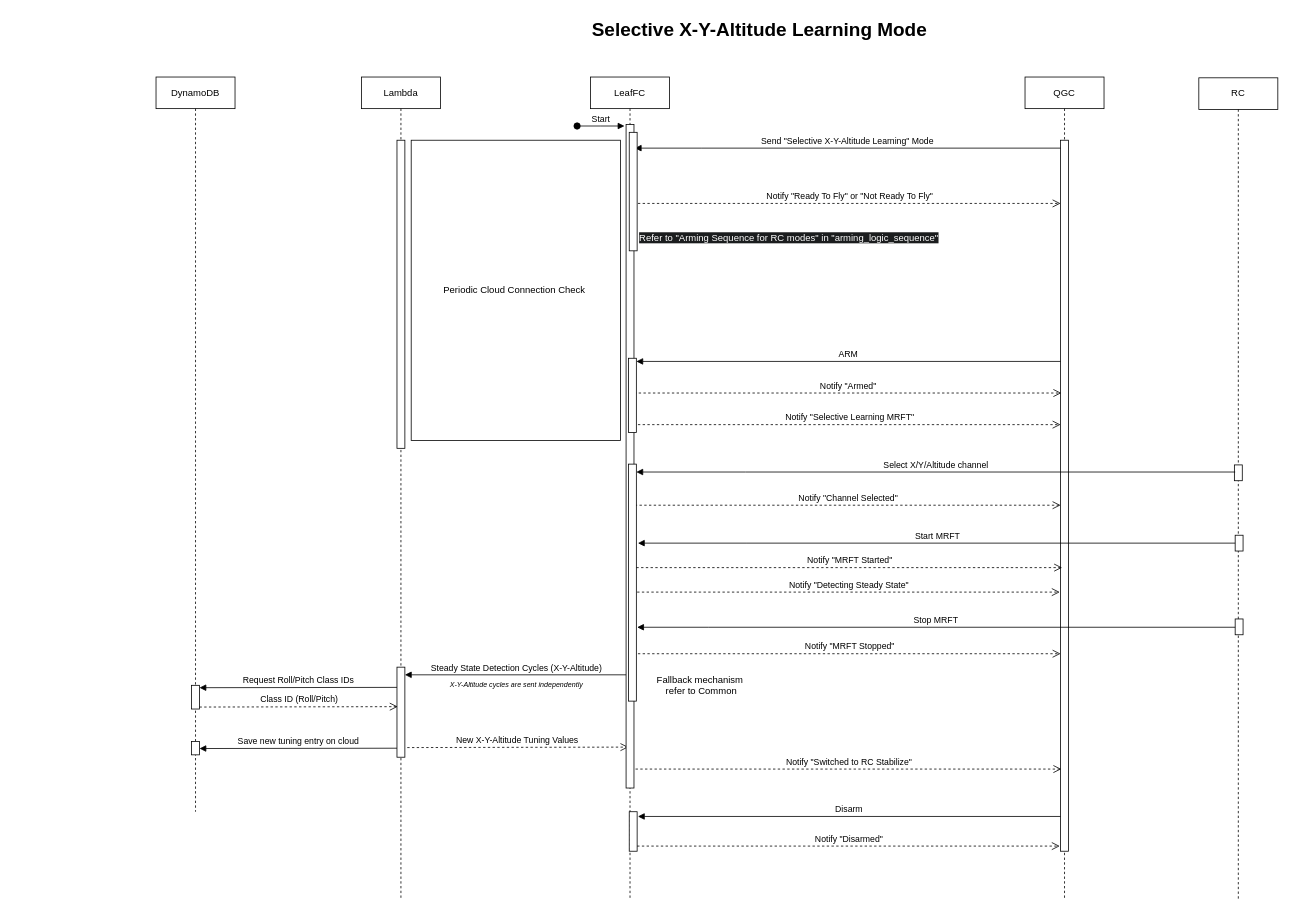
Before: Guide/HEAR Software/Flight Modes/Modes Sequence Diagrams/X-Y-Altitude selective learning mode.drawio in DroneLeaf/HEAR_wiki, a draw.io diagram. Source tidied: cells renumbered, new cells numbered last; positions are measured from the earlier drawing's top-left corner, leaving out a move shared by most shapes. Both pictures are drawn from the tidied source at 79%, with x=0, y=0 at pixel (104, 13).
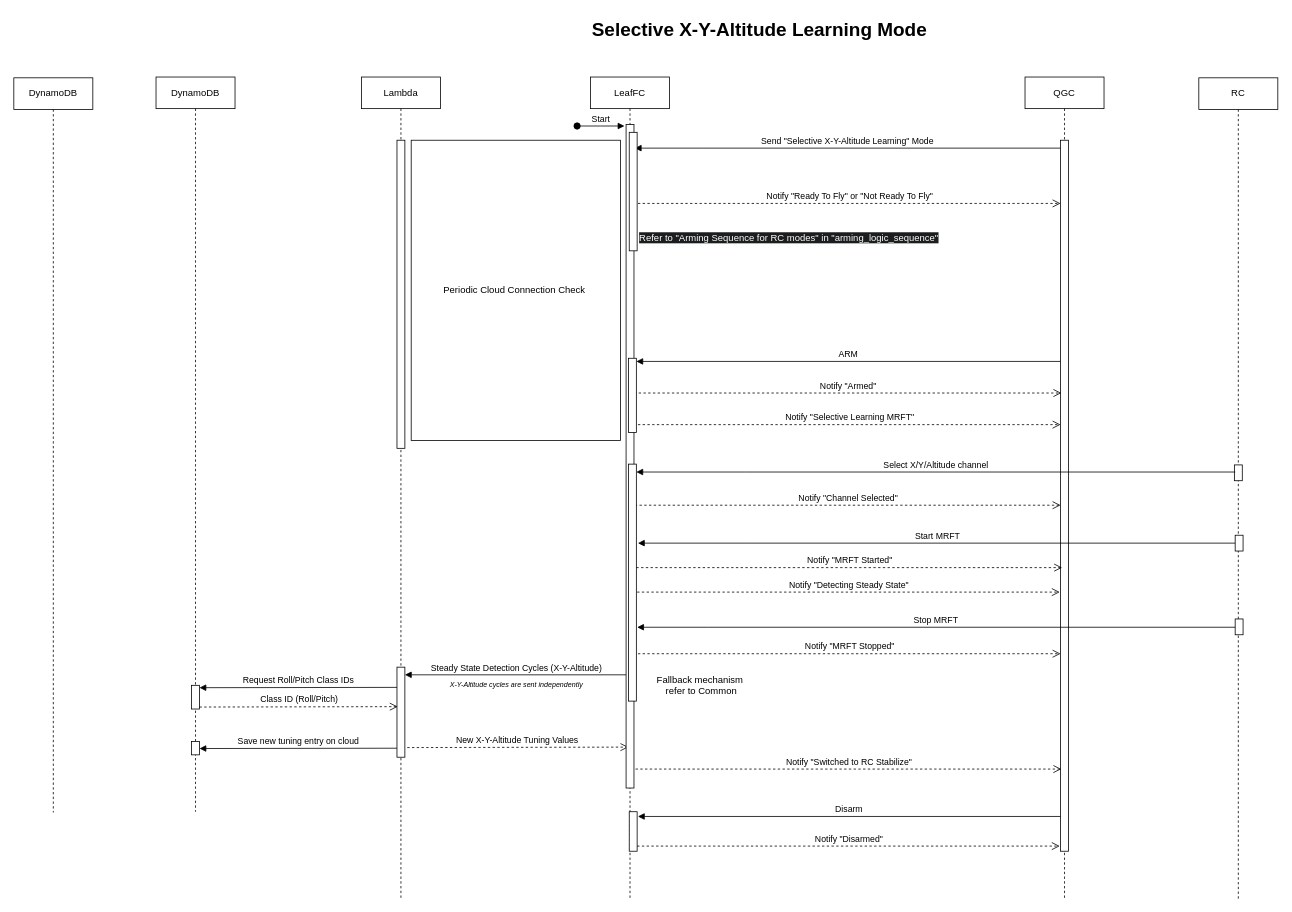
The same page after the edit.

Commit message:
Updated X-Y-Altitude selective learning mode diagram to show both localdb and clouddb PID value write

Diff of the diagram source:
```diff
@@
+    <mxCell id="46" value="&lt;div&gt;DynamoDB&lt;/div&gt;" style="shape=umlLifeline;perimeter=lifelinePerimeter;whiteSpace=wrap;html=1;newEdgeStyle={&quot;edgeStyle&quot;:&quot;elbowEdgeStyle&quot;,&quot;elbow&quot;:&quot;vertical&quot;,&quot;curved&quot;:0,&quot;rounded&quot;:0};" parent="1" vertex="1">
+      <mxGeometry x="-115" y="81" width="100" height="930" as="geometry" />
+    </mxCell>
```
